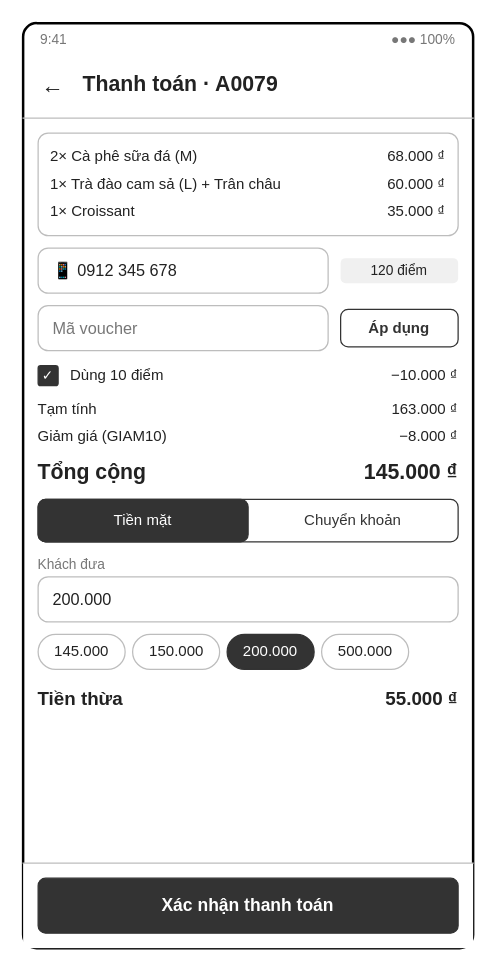
huytran303/CafeManagementSystem keeps this draw.io diagram as page "S15 Payment (cash)" (20 of 30) of docs/diagrams/screen-mockups.drawio. Above is the earlier version. Source tidied: cells renumbered, new cells numbered last; positions are measured from the earlier drawing's top-left corner, leaving out a move shared by most shapes. Both pictures are drawn from the tidied source at 125%, with x=0, y=0 at pixel (22, 22).
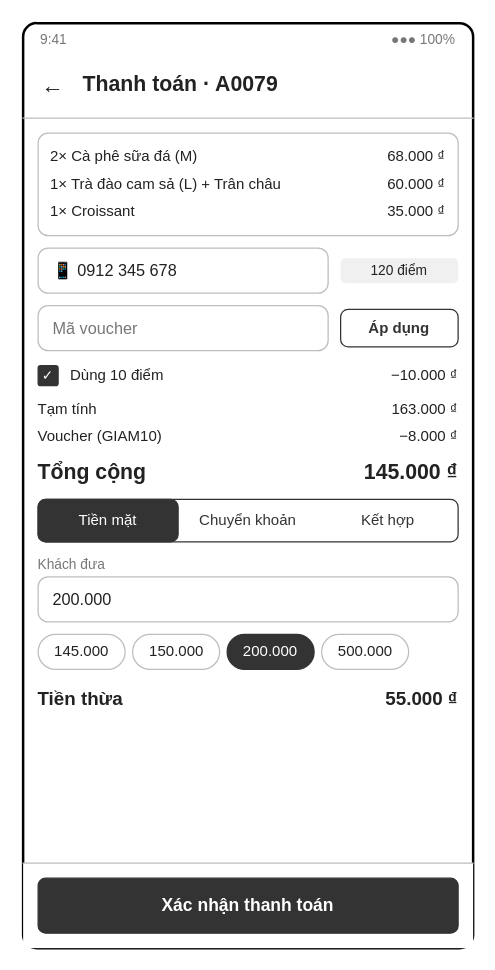
The same diagram, later.

The edit, as a diff of the source:
```diff
@@
-    <mxCell id="24" value="Giảm giá (GIAM10)" style="html=1;whiteSpace=wrap;fontFamily=Helvetica;html=1;whiteSpace=wrap;fontFamily=Helvetica;text;strokeColor=none;fillColor=none;spacing=0;fontSize=12;fontStyle=0;fontColor=#222222;align=left;verticalAlign=middle;" parent="1" vertex="1">
+    <mxCell id="24" value="Voucher (GIAM10)" style="html=1;whiteSpace=wrap;fontFamily=Helvetica;html=1;whiteSpace=wrap;fontFamily=Helvetica;text;strokeColor=none;fillColor=none;spacing=0;fontSize=12;fontStyle=0;fontColor=#222222;align=left;verticalAlign=middle;" parent="1" vertex="1">
       <mxGeometry x="12" y="320" width="336" height="22" as="geometry" />
     </mxCell>
@@
     <mxCell id="29" value="Tiền mặt" style="html=1;whiteSpace=wrap;fontFamily=Helvetica;rounded=1;absoluteArcSize=1;arcSize=12;fillColor=#333333;strokeColor=#333333;fontSize=12;fontColor=#FFFFFF;align=center;verticalAlign=middle;spacingLeft=2;spacingRight=2;fontStyle=0;dashed=0;" parent="1" vertex="1">
-      <mxGeometry x="12" y="381" width="168" height="34" as="geometry" />
+      <mxGeometry x="12" y="381" width="112" height="34" as="geometry" />
     </mxCell>
     <mxCell id="30" value="Chuyển khoản" style="html=1;whiteSpace=wrap;fontFamily=Helvetica;html=1;whiteSpace=wrap;fontFamily=Helvetica;text;strokeColor=none;fillColor=none;spacing=0;fontSize=12;fontStyle=0;fontColor=#333333;align=center;verticalAlign=middle;" parent="1" vertex="1">
-      <mxGeometry x="180" y="381" width="168" height="34" as="geometry" />
+      <mxGeometry x="124" y="381" width="112" height="34" as="geometry" />
     </mxCell>
@@
+    <mxCell id="41" value="Kết hợp" style="html=1;whiteSpace=wrap;fontFamily=Helvetica;html=1;whiteSpace=wrap;fontFamily=Helvetica;text;strokeColor=none;fillColor=none;spacing=0;fontSize=12;fontStyle=0;fontColor=#333333;align=center;verticalAlign=middle;" parent="1" vertex="1">
+      <mxGeometry x="236" y="381" width="112" height="34" as="geometry" />
+    </mxCell>
```
